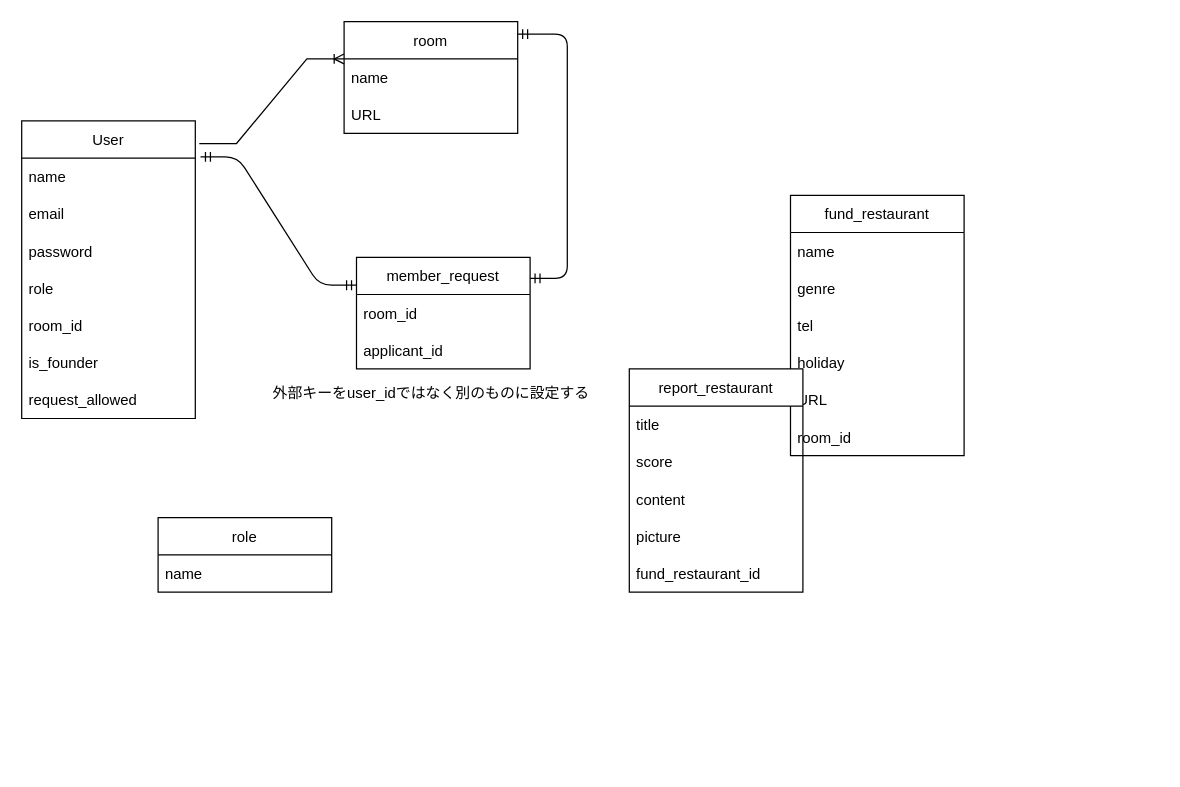
Above: ER_diagram.drawio in kashmii/favs_we_know (draw.io), before the change. Source tidied: cells renumbered, new cells numbered last; positions are measured from the earlier drawing's top-left corner, leaving out a move shared by most shapes. Both pictures are drawn from the tidied source at 124%, with x=0, y=0 at pixel (21, 21).
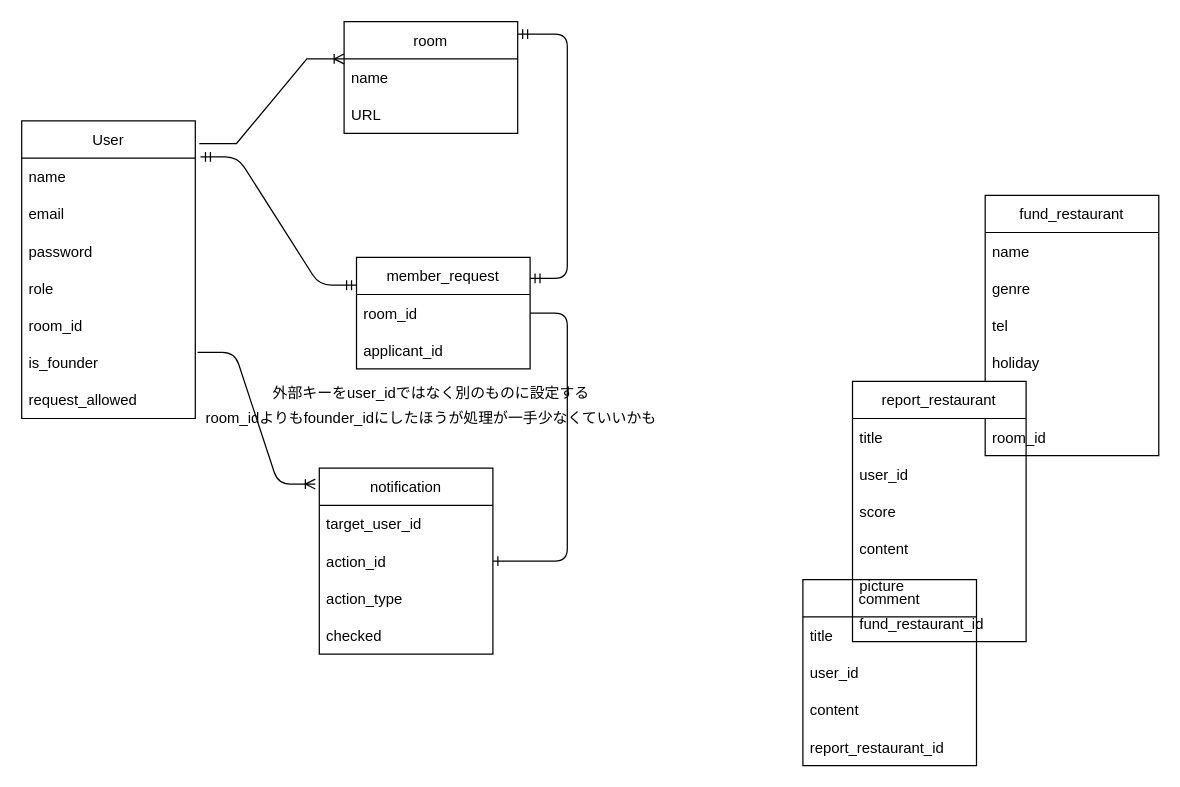
The same diagram, later.

The change refers to these unchanged cells:
```xml
<mxCell id="11" value="is_founder" style="text;strokeColor=none;fillColor=none;align=left;verticalAlign=middle;spacingLeft=4;spacingRight=4;overflow=hidden;points=[[0,0.5],[1,0.5]];portConstraint=eastwest;" parent="5" vertex="1">
  <mxGeometry y="180" width="140" height="30" as="geometry" />
</mxCell>
<mxCell id="30" value="room_id" style="text;strokeColor=none;fillColor=none;align=left;verticalAlign=middle;spacingLeft=4;spacingRight=4;overflow=hidden;points=[[0,0.5],[1,0.5]];portConstraint=eastwest;" parent="29" vertex="1">
  <mxGeometry y="30" width="140" height="30" as="geometry" />
</mxCell>
```

What changed in the source:
```diff
@@
     <mxCell id="13" value="fund_restaurant" style="swimlane;fontStyle=0;horizontal=1;startSize=30;" parent="1" vertex="1">
-      <mxGeometry x="620" y="140" width="140" height="210" as="geometry" />
+      <mxGeometry x="777" y="140" width="140" height="210" as="geometry" />
     </mxCell>
@@
-    <mxCell id="20" value="report_restaurant" style="swimlane;fontStyle=0;horizontal=1;startSize=30;" parent="1" vertex="1">
-      <mxGeometry x="490" y="280" width="140" height="180" as="geometry" />
-    </mxCell>
-    <mxCell id="21" value="title" style="text;strokeColor=none;fillColor=none;align=left;verticalAlign=middle;spacingLeft=4;spacingRight=4;overflow=hidden;" parent="20" vertex="1">
-      <mxGeometry y="30" width="140" height="30" as="geometry" />
-    </mxCell>
-    <mxCell id="22" value="score" style="text;strokeColor=none;fillColor=none;align=left;verticalAlign=middle;spacingLeft=4;spacingRight=4;overflow=hidden;" parent="20" vertex="1">
-      <mxGeometry y="60" width="140" height="30" as="geometry" />
-    </mxCell>
-    <mxCell id="23" value="content" style="text;strokeColor=none;fillColor=none;align=left;verticalAlign=middle;spacingLeft=4;spacingRight=4;overflow=hidden;" parent="20" vertex="1">
-      <mxGeometry y="90" width="140" height="30" as="geometry" />
-    </mxCell>
-    <mxCell id="24" value="picture" style="text;strokeColor=none;fillColor=none;align=left;verticalAlign=middle;spacingLeft=4;spacingRight=4;overflow=hidden;" parent="20" vertex="1">
-      <mxGeometry y="120" width="140" height="30" as="geometry" />
-    </mxCell>
-    <mxCell id="25" value="fund_restaurant_id" style="text;strokeColor=none;fillColor=none;align=left;verticalAlign=middle;spacingLeft=4;spacingRight=4;overflow=hidden;" parent="20" vertex="1">
-      <mxGeometry y="150" width="140" height="30" as="geometry" />
-    </mxCell>
-    <mxCell id="26" value="role" style="swimlane;fontStyle=0;horizontal=1;startSize=30;" parent="1" vertex="1">
-      <mxGeometry x="110" y="400" width="140" height="60" as="geometry" />
+    <mxCell id="26" value="notification" style="swimlane;fontStyle=0;horizontal=1;startSize=30;" parent="1" vertex="1">
+      <mxGeometry x="240" y="360" width="140" height="150" as="geometry" />
     </mxCell>
-    <mxCell id="27" value="name" style="text;strokeColor=none;fillColor=none;align=left;verticalAlign=middle;spacingLeft=4;spacingRight=4;overflow=hidden;" parent="26" vertex="1">
+    <mxCell id="27" value="target_user_id" style="text;strokeColor=none;fillColor=none;align=left;verticalAlign=middle;spacingLeft=4;spacingRight=4;overflow=hidden;" parent="26" vertex="1">
       <mxGeometry y="30" width="140" height="30" as="geometry" />
     </mxCell>
+    <mxCell id="35" value="action_id" style="text;strokeColor=none;fillColor=none;align=left;verticalAlign=middle;spacingLeft=4;spacingRight=4;overflow=hidden;points=[[0,0.5],[1,0.5]];portConstraint=eastwest;" parent="26" vertex="1">
+      <mxGeometry y="60" width="140" height="30" as="geometry" />
+    </mxCell>
+    <mxCell id="36" value="action_type" style="text;strokeColor=none;fillColor=none;align=left;verticalAlign=middle;spacingLeft=4;spacingRight=4;overflow=hidden;" parent="26" vertex="1">
+      <mxGeometry y="90" width="140" height="30" as="geometry" />
+    </mxCell>
+    <mxCell id="37" value="checked" style="text;strokeColor=none;fillColor=none;align=left;verticalAlign=middle;spacingLeft=4;spacingRight=4;overflow=hidden;" parent="26" vertex="1">
+      <mxGeometry y="120" width="140" height="30" as="geometry" />
+    </mxCell>
@@
+    <mxCell id="38" style="edgeStyle=entityRelationEdgeStyle;fontSize=12;html=1;endArrow=ERoneToMany;exitX=1.013;exitY=0.22;exitDx=0;exitDy=0;exitPerimeter=0;entryX=-0.023;entryY=0.086;entryDx=0;entryDy=0;entryPerimeter=0;" parent="1" edge="1" source="11" target="26">
+      <mxGeometry relative="1" as="geometry" />
+    </mxCell>
+    <mxCell id="39" style="edgeStyle=entityRelationEdgeStyle;fontSize=12;html=1;endArrow=ERone;endFill=1;entryX=1;entryY=0.5;entryDx=0;entryDy=0;" parent="1" edge="1" source="30" target="35">
+      <mxGeometry relative="1" as="geometry" />
+    </mxCell>
+    <mxCell id="40" value="room_idよりもfounder_idにしたほうが処理が一手少なくていいかも" style="text;html=1;align=center;verticalAlign=middle;strokeColor=none;fillColor=none;" parent="1" vertex="1">
+      <mxGeometry x="140" y="310" width="380" height="20" as="geometry" />
+    </mxCell>
+    <mxCell id="41" value="comment" style="swimlane;fontStyle=0;horizontal=1;startSize=30;" parent="1" vertex="1">
+      <mxGeometry x="630" y="450" width="140" height="150" as="geometry" />
+    </mxCell>
+    <mxCell id="42" value="title" style="text;strokeColor=none;fillColor=none;align=left;verticalAlign=middle;spacingLeft=4;spacingRight=4;overflow=hidden;" parent="41" vertex="1">
+      <mxGeometry y="30" width="140" height="30" as="geometry" />
+    </mxCell>
+    <mxCell id="43" value="user_id" style="text;strokeColor=none;fillColor=none;align=left;verticalAlign=middle;spacingLeft=4;spacingRight=4;overflow=hidden;" parent="41" vertex="1">
+      <mxGeometry y="60" width="140" height="30" as="geometry" />
+    </mxCell>
+    <mxCell id="44" value="content" style="text;strokeColor=none;fillColor=none;align=left;verticalAlign=middle;spacingLeft=4;spacingRight=4;overflow=hidden;" parent="41" vertex="1">
+      <mxGeometry y="90" width="140" height="30" as="geometry" />
+    </mxCell>
+    <mxCell id="45" value="report_restaurant_id" style="text;strokeColor=none;fillColor=none;align=left;verticalAlign=middle;spacingLeft=4;spacingRight=4;overflow=hidden;" parent="41" vertex="1">
+      <mxGeometry y="120" width="140" height="30" as="geometry" />
+    </mxCell>
+    <mxCell id="20" value="report_restaurant" style="swimlane;fontStyle=0;horizontal=1;startSize=30;" parent="1" vertex="1">
+      <mxGeometry x="670" y="290" width="140" height="210" as="geometry" />
+    </mxCell>
+    <mxCell id="21" value="title" style="text;strokeColor=none;fillColor=none;align=left;verticalAlign=middle;spacingLeft=4;spacingRight=4;overflow=hidden;" parent="20" vertex="1">
+      <mxGeometry y="30" width="140" height="30" as="geometry" />
+    </mxCell>
+    <mxCell id="46" value="user_id" style="text;strokeColor=none;fillColor=none;align=left;verticalAlign=middle;spacingLeft=4;spacingRight=4;overflow=hidden;" parent="20" vertex="1">
+      <mxGeometry y="60" width="140" height="30" as="geometry" />
+    </mxCell>
+    <mxCell id="22" value="score" style="text;strokeColor=none;fillColor=none;align=left;verticalAlign=middle;spacingLeft=4;spacingRight=4;overflow=hidden;" parent="20" vertex="1">
+      <mxGeometry y="90" width="140" height="30" as="geometry" />
+    </mxCell>
+    <mxCell id="23" value="content" style="text;strokeColor=none;fillColor=none;align=left;verticalAlign=middle;spacingLeft=4;spacingRight=4;overflow=hidden;" parent="20" vertex="1">
+      <mxGeometry y="120" width="140" height="30" as="geometry" />
+    </mxCell>
+    <mxCell id="24" value="picture" style="text;strokeColor=none;fillColor=none;align=left;verticalAlign=middle;spacingLeft=4;spacingRight=4;overflow=hidden;" parent="20" vertex="1">
+      <mxGeometry y="150" width="140" height="30" as="geometry" />
+    </mxCell>
+    <mxCell id="25" value="fund_restaurant_id" style="text;strokeColor=none;fillColor=none;align=left;verticalAlign=middle;spacingLeft=4;spacingRight=4;overflow=hidden;" parent="20" vertex="1">
+      <mxGeometry y="180" width="140" height="30" as="geometry" />
+    </mxCell>
```
